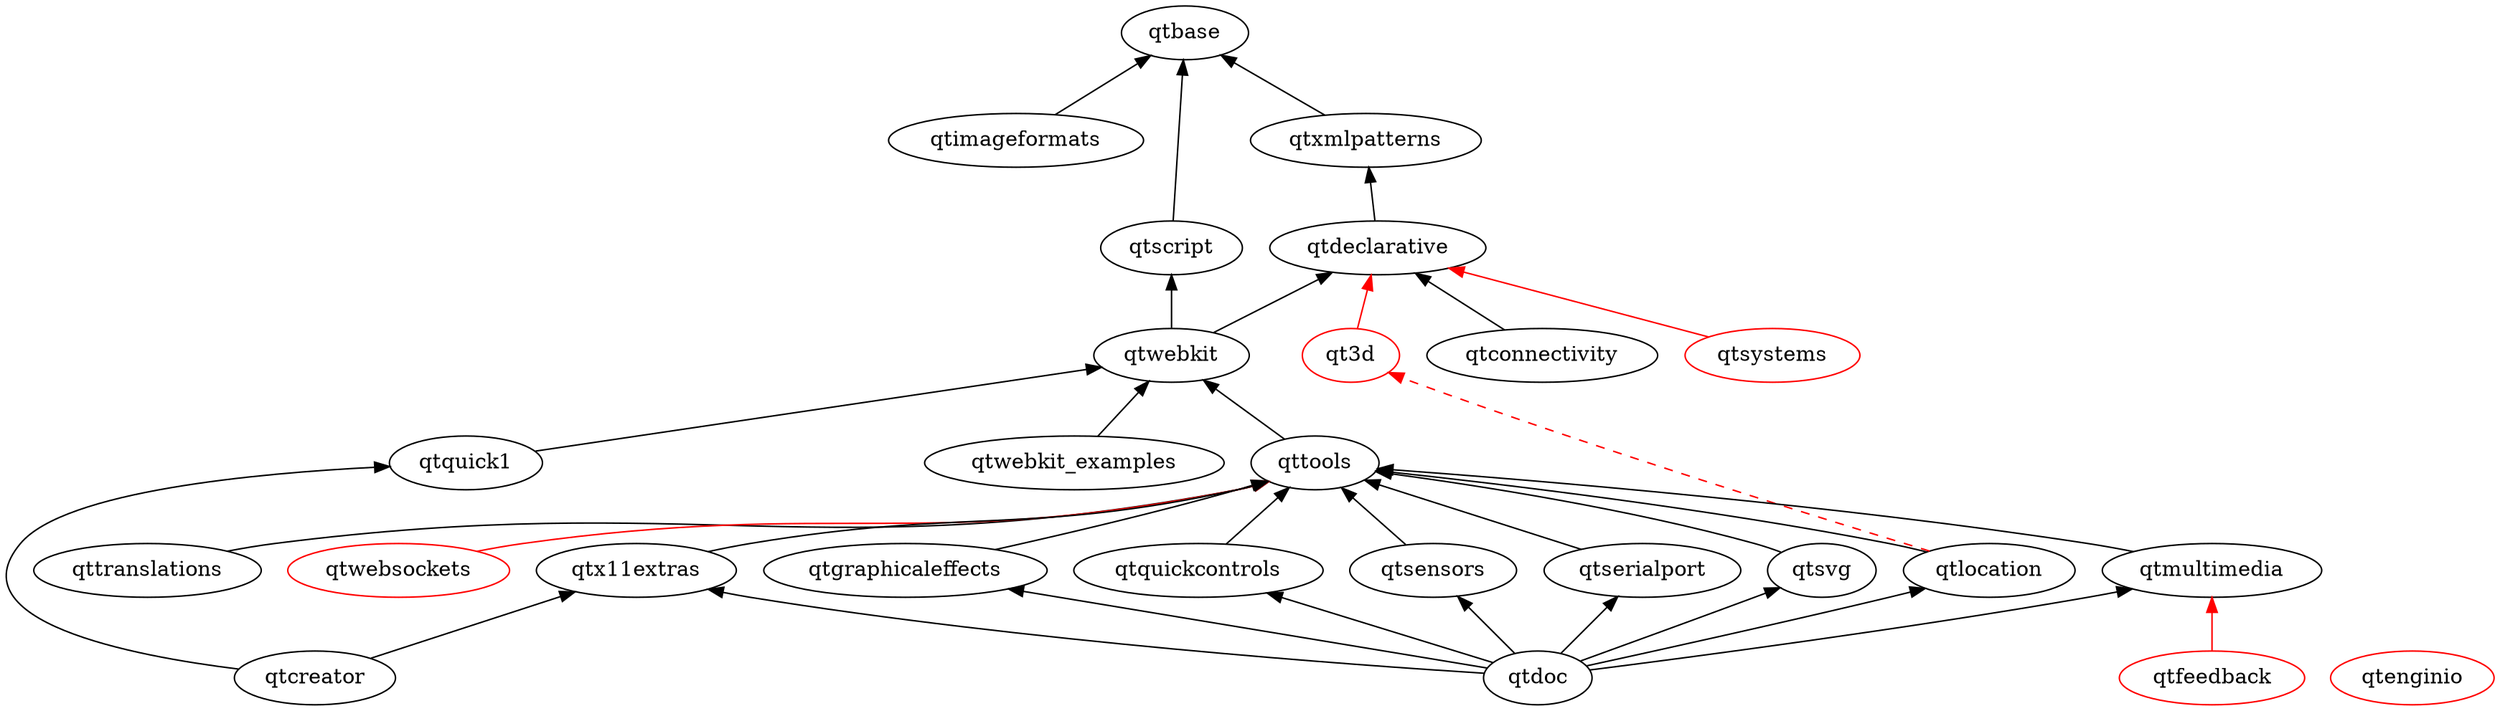
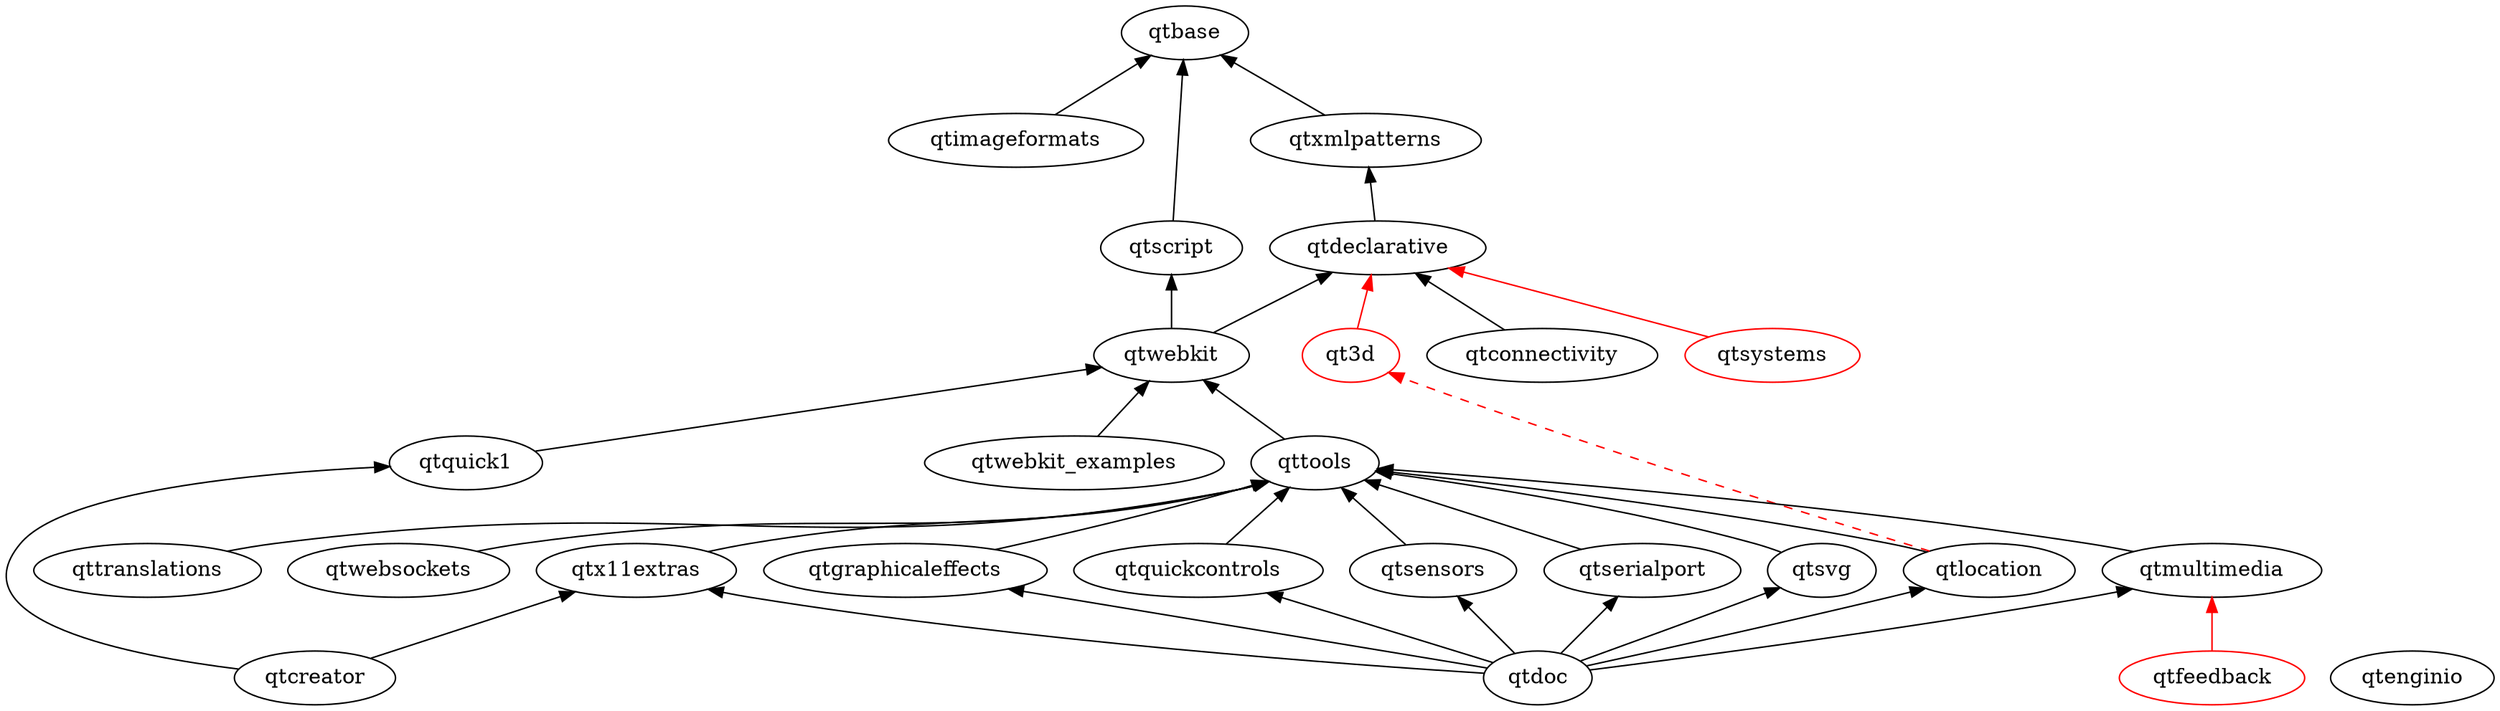
digraph qt5 {
  graph [
    rankdir = "BT"
  ]

  qt3d [ color = red ]
  qtbase
  qtconnectivity
  qtcreator
  qtdeclarative
  qtdoc
-   qtenginio [ color = red ]
+   qtenginio
  qtfeedback [ color = red ]
  qtgraphicaleffects
  qtimageformats
  qtlocation
  qtmultimedia
  qtquick1
  qtquickcontrols
  qtscript
  qtsensors
  qtserialport
  qtsvg
  qtsystems [ color = red ]
  qttools
  qttranslations
  qtwebkit
  qtwebkit_examples
-   qtwebsockets [ color = red ]
+   qtwebsockets
  qtx11extras
  qtxmlpatterns

  qtconnectivity -> qtdeclarative
  qtcreator -> qtx11extras
  qtcreator -> qtquick1
  qtdeclarative -> qtxmlpatterns
  qtdoc -> qtgraphicaleffects
  qtdoc -> qtmultimedia
  qtdoc -> qtlocation
  qtdoc -> qtquickcontrols
  qtdoc -> qtsensors
  qtdoc -> qtserialport
  qtdoc -> qtsvg
  qtdoc -> qtx11extras
  qtgraphicaleffects -> qttools
  qtimageformats -> qtbase
  qtmultimedia -> qttools
  qtquick1 -> qtwebkit
  qtquickcontrols -> qttools
  qtsensors -> qttools
  qtserialport -> qttools
  qtscript -> qtbase
  qtsvg -> qttools
  qttools -> qtwebkit
  qttranslations -> qttools
  qtwebkit -> qtscript
  qtwebkit -> qtdeclarative
  qtwebkit_examples -> qtwebkit
-   qtwebsockets -> qttools [ color = red ]
+   qtwebsockets -> qttools
  qtx11extras -> qttools
  qtxmlpatterns -> qtbase
  qtlocation -> qttools

  // unsure/not-uploaded
  qt3d -> qtdeclarative [ color = red ]
  qtfeedback -> qtmultimedia [ color = red ]
  qtlocation -> qt3d [color = red style = dashed]
  qtsystems -> qtdeclarative [ color = red ]
}
